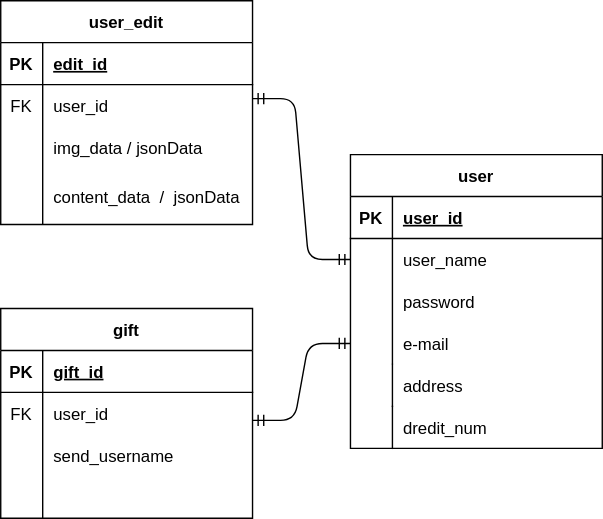
The draw.io diagram DB_ER/ER.drawio.svg in DEJIBUMI-Development-team/HEW_IH12_5, before a commit. Source tidied: cells renumbered, new cells last; positions are measured from the earlier drawing's top-left corner, leaving out a move shared by most shapes.
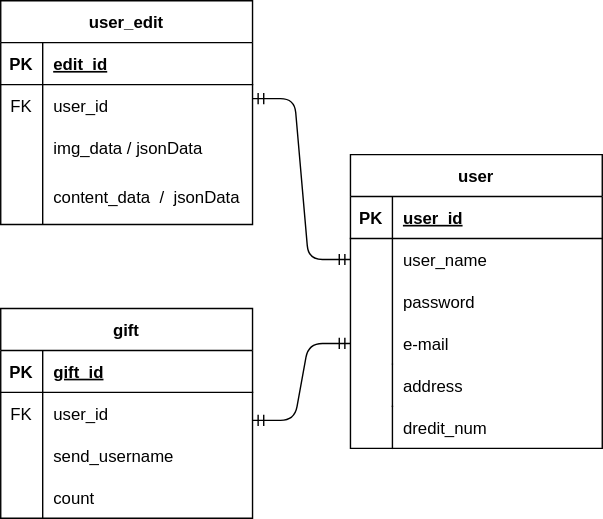
The same file after the commit.

Change to the diagram source:
```diff
@@ -116,7 +116,7 @@
     <mxCell id="39" style="shape=partialRectangle;fillColor=none;top=0;left=0;bottom=0;right=0;overflow=hidden;" parent="38" vertex="1">
       <mxGeometry width="30" height="30" as="geometry" />
     </mxCell>
-    <mxCell id="40" style="shape=partialRectangle;fillColor=none;top=0;left=0;bottom=0;right=0;align=left;spacingLeft=6;overflow=hidden;" parent="38" vertex="1">
+    <mxCell id="40" value="count" style="shape=partialRectangle;fillColor=none;top=0;left=0;bottom=0;right=0;align=left;spacingLeft=6;overflow=hidden;" parent="38" vertex="1">
       <mxGeometry x="30" width="150" height="30" as="geometry" />
     </mxCell>
     <mxCell id="41" style="shape=partialRectangle;fillColor=none;top=0;left=0;bottom=0;right=0;" parent="1" vertex="1">
```
